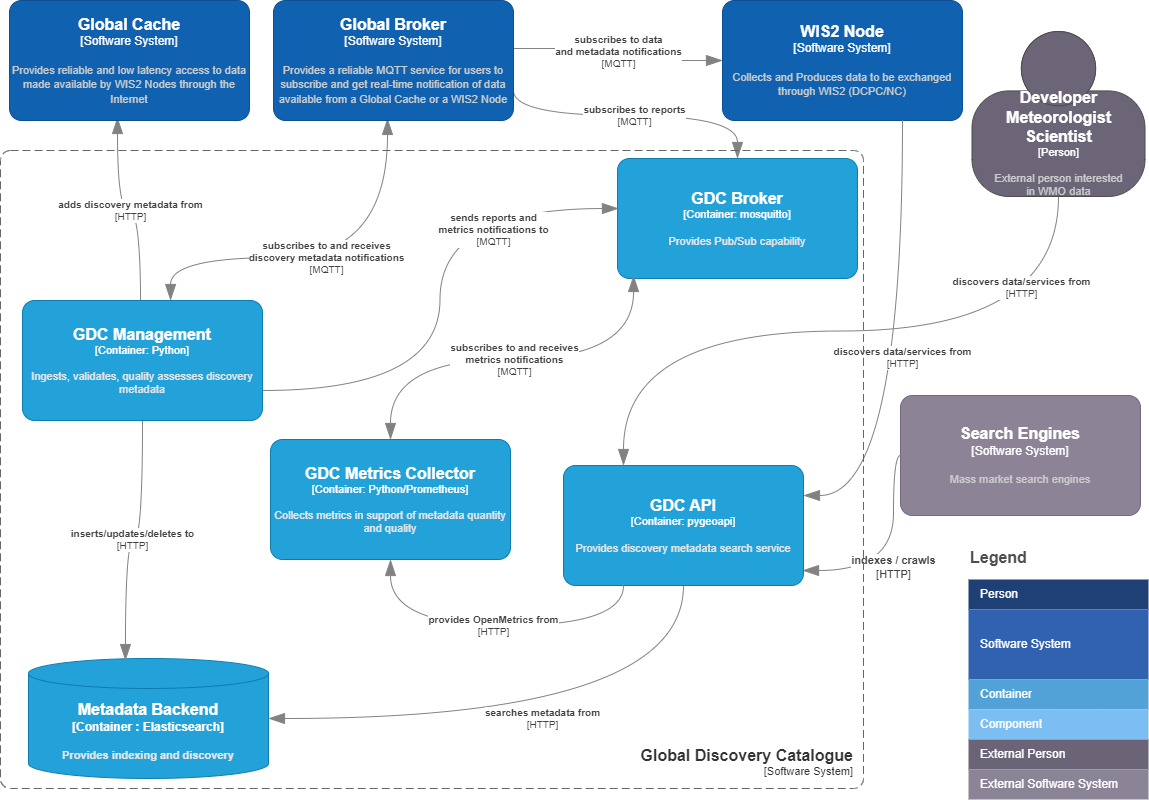
Above: docs/architecture/c4.container.png in wmo-im/wis2-gdc (draw.io), before the change. Source tidied: cells renumbered, new cells last; positions are measured from the earlier drawing's top-left corner, leaving out a move shared by most shapes.
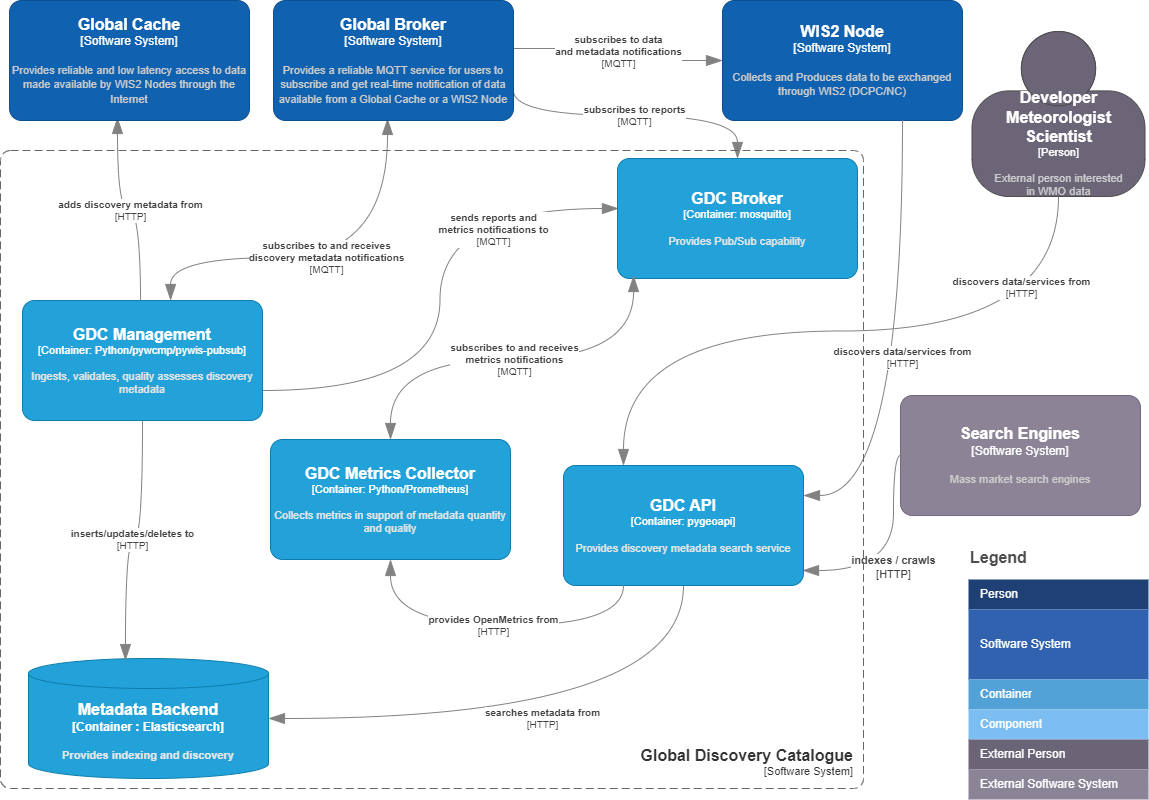
The same file after the commit.

Diff of the diagram source:
```diff
@@ -131,7 +131,7 @@
         <mxGeometry x="9" width="240" height="120" as="geometry" />
       </mxCell>
     </object>
-    <object id="28" label="&lt;font style=&quot;font-size: 16px&quot;&gt;&lt;b&gt;%c4Name%&lt;/b&gt;&lt;/font&gt;&lt;div&gt;[%c4Type%: %c4Technology%]&lt;/div&gt;&lt;br&gt;&lt;div&gt;&lt;font style=&quot;font-size: 11px&quot;&gt;&lt;font color=&quot;#E6E6E6&quot;&gt;%c4Description%&lt;/font&gt;&lt;/div&gt;" c4Description="Ingests, validates, quality assesses discovery metadata" c4Name="GDC Management" c4Technology="Python" c4Type="Container" placeholders="1">
+    <object id="28" label="&lt;font style=&quot;font-size: 16px&quot;&gt;&lt;b&gt;%c4Name%&lt;/b&gt;&lt;/font&gt;&lt;div&gt;[%c4Type%: %c4Technology%]&lt;/div&gt;&lt;br&gt;&lt;div&gt;&lt;font style=&quot;font-size: 11px&quot;&gt;&lt;font color=&quot;#E6E6E6&quot;&gt;%c4Description%&lt;/font&gt;&lt;/div&gt;" c4Description="Ingests, validates, quality assesses discovery metadata" c4Name="GDC Management" c4Technology="Python/pywcmp/pywis-pubsub" c4Type="Container" placeholders="1">
       <mxCell style="rounded=1;whiteSpace=wrap;html=1;fontSize=11;labelBackgroundColor=none;fillColor=#23A2D9;fontColor=#ffffff;align=center;arcSize=10;strokeColor=#0E7DAD;points=[[0.25,0,0],[0.5,0,0],[0.75,0,0],[1,0.25,0],[1,0.5,0],[1,0.75,0],[0.75,1,0],[0.5,1,0],[0.25,1,0],[0,0.75,0],[0,0.5,0],[0,0.25,0]];" parent="1" vertex="1">
         <mxGeometry x="22" y="300" width="240" height="120" as="geometry" />
       </mxCell>
```
